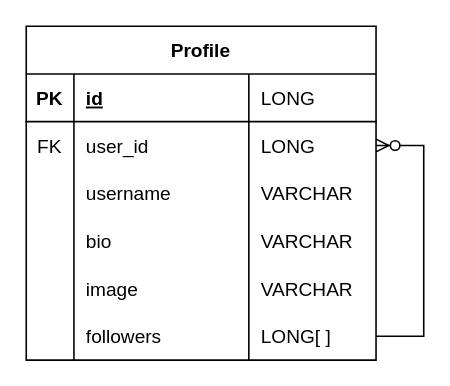
Earlier version of the draw.io diagram diagrams/profile-service/entity.drawio (gudfhr95/realworld-msa). Source tidied: cells renumbered, new cells numbered last; positions are measured from the earlier drawing's top-left corner, leaving out a move shared by most shapes. Both pictures are drawn from the tidied source at 159%, with x=0, y=0 at pixel (25, 25).
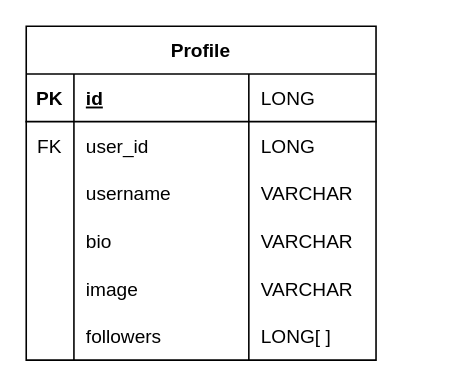
The same diagram, later.

Commit message (it also covers changes not shown here):
:memo: add entity diagram for article-service

The change refers to these unchanged cells:
```xml
<mxCell id="2" value="Profile" style="shape=table;startSize=30;childLayout=tableLayout;rowLines=0;fontStyle=1;align=center;" parent="1" vertex="1">
  <mxGeometry width="220" height="210" as="geometry" />
</mxCell>
<mxCell id="7" style="shape=tableRow;horizontal=0;startSize=0;swimlaneHead=0;swimlaneBody=0;fillColor=none;points=[[0,0.5],[1,0.5]];portConstraint=eastwest;top=0;left=0;right=0;bottom=0;" parent="2" vertex="1">
  <mxGeometry y="60" width="220" height="30" as="geometry" />
</mxCell>
<mxCell id="23" style="shape=tableRow;horizontal=0;startSize=0;swimlaneHead=0;swimlaneBody=0;fillColor=none;points=[[0,0.5],[1,0.5]];portConstraint=eastwest;top=0;left=0;right=0;bottom=0;" parent="2" vertex="1">
  <mxGeometry y="180" width="220" height="30" as="geometry" />
</mxCell>
```

What changed in the source:
```diff
@@
-    <mxCell id="27" style="edgeStyle=entityRelationEdgeStyle;fontSize=12;html=1;endArrow=ERzeroToMany;endFill=1;rounded=0;exitX=1;exitY=0.5;exitDx=0;exitDy=0;entryX=1;entryY=0.5;entryDx=0;entryDy=0;" parent="2" edge="1" source="23" target="7">
-      <mxGeometry relative="1" as="geometry" />
-    </mxCell>
```
